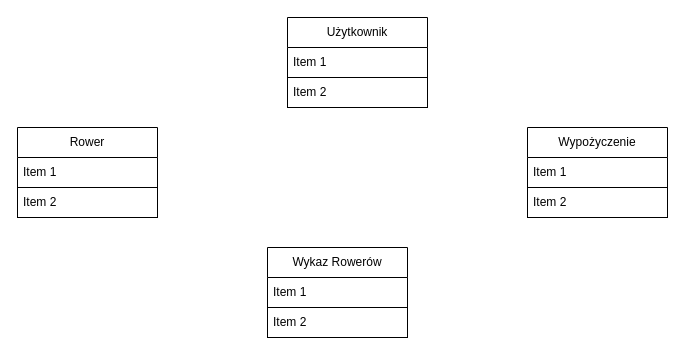
This is Untitled Diagram.drawio from KarolinaPiechowicz05/2024-12-31, a draw.io file, before an edit. Source tidied: cells renumbered, new cells numbered last; positions are measured from the earlier drawing's top-left corner, leaving out a move shared by most shapes. Both pictures are drawn from the tidied source at 100%, with x=0, y=0 at pixel (17, 17).
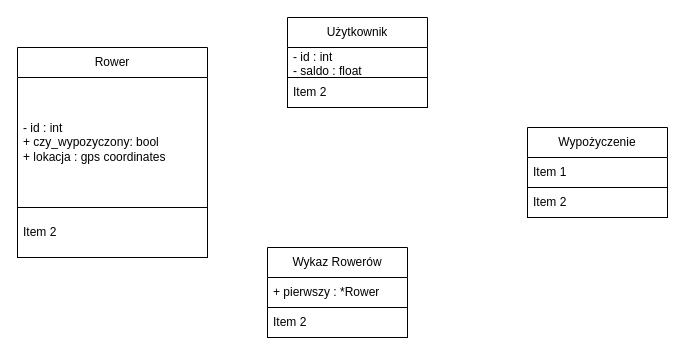
The same page after the edit.

Change to the diagram source:
```diff
@@
 <mxGraphModel>
   <root>
     <mxCell id="0" />
     <mxCell id="1" parent="0" />
     <mxCell id="2" value="Użytkownik" style="swimlane;fontStyle=0;horizontal=1;startSize=30;whiteSpace=wrap;html=1;" parent="1" vertex="1">
       <mxGeometry x="270" width="140" height="90" as="geometry" />
     </mxCell>
-    <mxCell id="3" value="Item 1" style="text;strokeColor=none;fillColor=none;align=left;verticalAlign=middle;spacingLeft=4;spacingRight=4;overflow=hidden;whiteSpace=wrap;html=1;" parent="2" vertex="1">
+    <mxCell id="3" value="&lt;div&gt;- id : int&lt;/div&gt;&lt;div&gt;- saldo : float&lt;br&gt;&lt;/div&gt;" style="text;strokeColor=none;fillColor=none;align=left;verticalAlign=middle;spacingLeft=4;spacingRight=4;overflow=hidden;whiteSpace=wrap;html=1;" parent="2" vertex="1">
       <mxGeometry y="30" width="140" height="30" as="geometry" />
     </mxCell>
     <mxCell id="4" value="Item 2" style="text;strokeColor=default;fillColor=none;align=left;verticalAlign=middle;spacingLeft=4;spacingRight=4;overflow=hidden;whiteSpace=wrap;html=1;" parent="2" vertex="1">
       <mxGeometry y="60" width="140" height="30" as="geometry" />
     </mxCell>
     <mxCell id="5" value="Rower" style="swimlane;fontStyle=0;horizontal=1;startSize=30;whiteSpace=wrap;html=1;" parent="1" vertex="1">
-      <mxGeometry y="110" width="140" height="90" as="geometry" />
+      <mxGeometry y="30" width="190" height="210" as="geometry" />
     </mxCell>
-    <mxCell id="6" value="Item 1" style="text;strokeColor=none;fillColor=none;align=left;verticalAlign=middle;spacingLeft=4;spacingRight=4;overflow=hidden;whiteSpace=wrap;html=1;" parent="5" vertex="1">
-      <mxGeometry y="30" width="140" height="30" as="geometry" />
+    <mxCell id="6" value="- id : int&lt;br&gt;+ czy_wypozyczony: bool&lt;br&gt;+ lokacja : gps coordinates" style="text;strokeColor=none;fillColor=none;align=left;verticalAlign=middle;spacingLeft=4;spacingRight=4;overflow=hidden;whiteSpace=wrap;html=1;" parent="5" vertex="1">
+      <mxGeometry y="30" width="190" height="130" as="geometry" />
     </mxCell>
     <mxCell id="7" value="Item 2" style="text;strokeColor=default;fillColor=none;align=left;verticalAlign=middle;spacingLeft=4;spacingRight=4;overflow=hidden;whiteSpace=wrap;html=1;" parent="5" vertex="1">
-      <mxGeometry y="60" width="140" height="30" as="geometry" />
+      <mxGeometry y="160" width="190" height="50" as="geometry" />
     </mxCell>
     <mxCell id="8" value="Wypożyczenie" style="swimlane;fontStyle=0;horizontal=1;startSize=30;whiteSpace=wrap;html=1;" parent="1" vertex="1">
       <mxGeometry x="510" y="110" width="140" height="90" as="geometry" />
     </mxCell>
     <mxCell id="9" value="Item 1" style="text;strokeColor=none;fillColor=none;align=left;verticalAlign=middle;spacingLeft=4;spacingRight=4;overflow=hidden;whiteSpace=wrap;html=1;" parent="8" vertex="1">
       <mxGeometry y="30" width="140" height="30" as="geometry" />
     </mxCell>
     <mxCell id="10" value="Item 2" style="text;strokeColor=default;fillColor=none;align=left;verticalAlign=middle;spacingLeft=4;spacingRight=4;overflow=hidden;whiteSpace=wrap;html=1;" parent="8" vertex="1">
       <mxGeometry y="60" width="140" height="30" as="geometry" />
     </mxCell>
     <mxCell id="11" value="Wykaz Rowerów" style="swimlane;fontStyle=0;horizontal=1;startSize=30;whiteSpace=wrap;html=1;" parent="1" vertex="1">
       <mxGeometry x="250" y="230" width="140" height="90" as="geometry" />
     </mxCell>
-    <mxCell id="12" value="Item 1" style="text;strokeColor=none;fillColor=none;align=left;verticalAlign=middle;spacingLeft=4;spacingRight=4;overflow=hidden;whiteSpace=wrap;html=1;" parent="11" vertex="1">
+    <mxCell id="12" value="+ pierwszy : *Rower" style="text;strokeColor=none;fillColor=none;align=left;verticalAlign=middle;spacingLeft=4;spacingRight=4;overflow=hidden;whiteSpace=wrap;html=1;" parent="11" vertex="1">
       <mxGeometry y="30" width="140" height="30" as="geometry" />
     </mxCell>
     <mxCell id="13" value="Item 2" style="text;strokeColor=default;fillColor=none;align=left;verticalAlign=middle;spacingLeft=4;spacingRight=4;overflow=hidden;whiteSpace=wrap;html=1;" parent="11" vertex="1">
       <mxGeometry y="60" width="140" height="30" as="geometry" />
     </mxCell>
   </root>
 </mxGraphModel>
```
